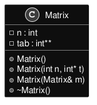
Earlier version of the PlantUML export inline_umlgraph_1.png (kluchoo/Matrix).
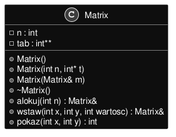
After the commit.

The edit, as a diff of the source:
```diff
@@ -9,6 +9,9 @@
 +Matrix(int n, int* t)
 +Matrix(Matrix& m)
 +~Matrix()
++alokuj(int n) : Matrix&
++wstaw(int x, int y, int wartosc) : Matrix&
++pokaz(int x, int y) : int
 
 }
 @enduml
```
